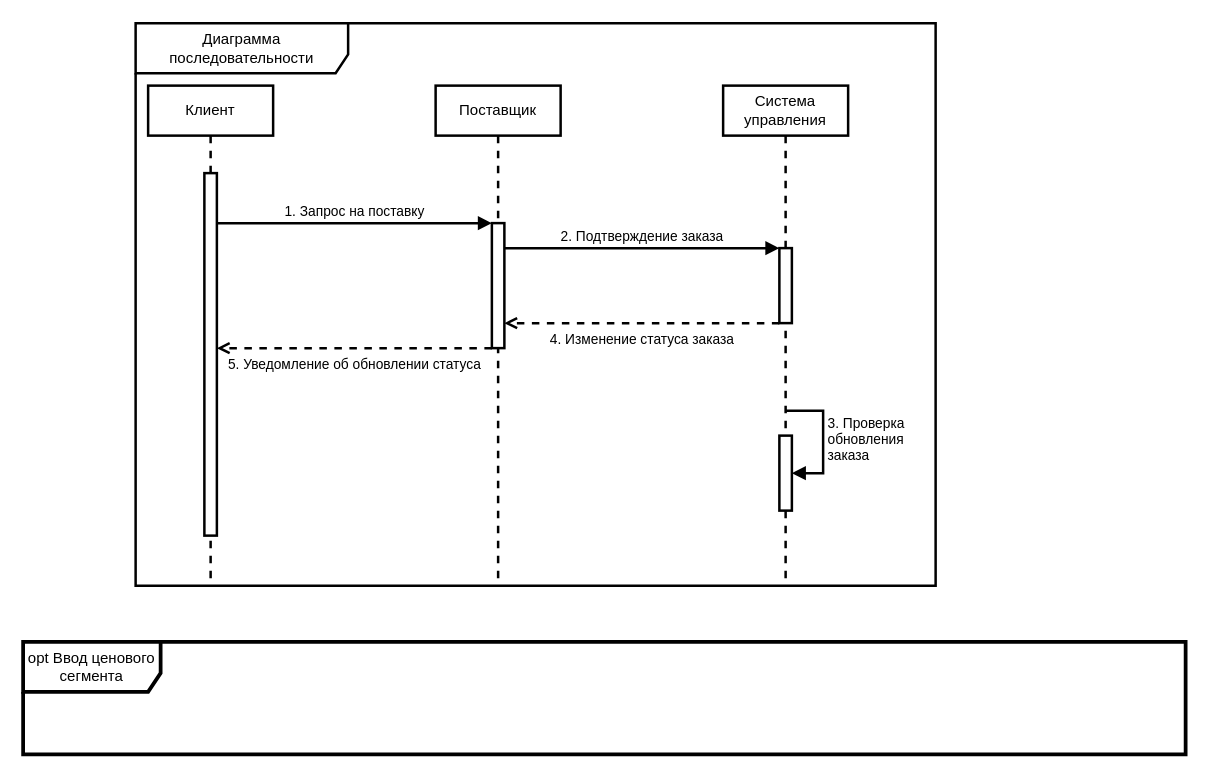
This is page "Page-1" (1 of 3) of 2.drawio from Helpmepleaseitishard/Aikms, a draw.io file, before an edit. Source tidied: cells renumbered, new cells numbered last; positions are measured from the earlier drawing's top-left corner, leaving out a move shared by most shapes. Both pictures are drawn from the tidied source at 125%, with x=0, y=0 at pixel (22, 22).
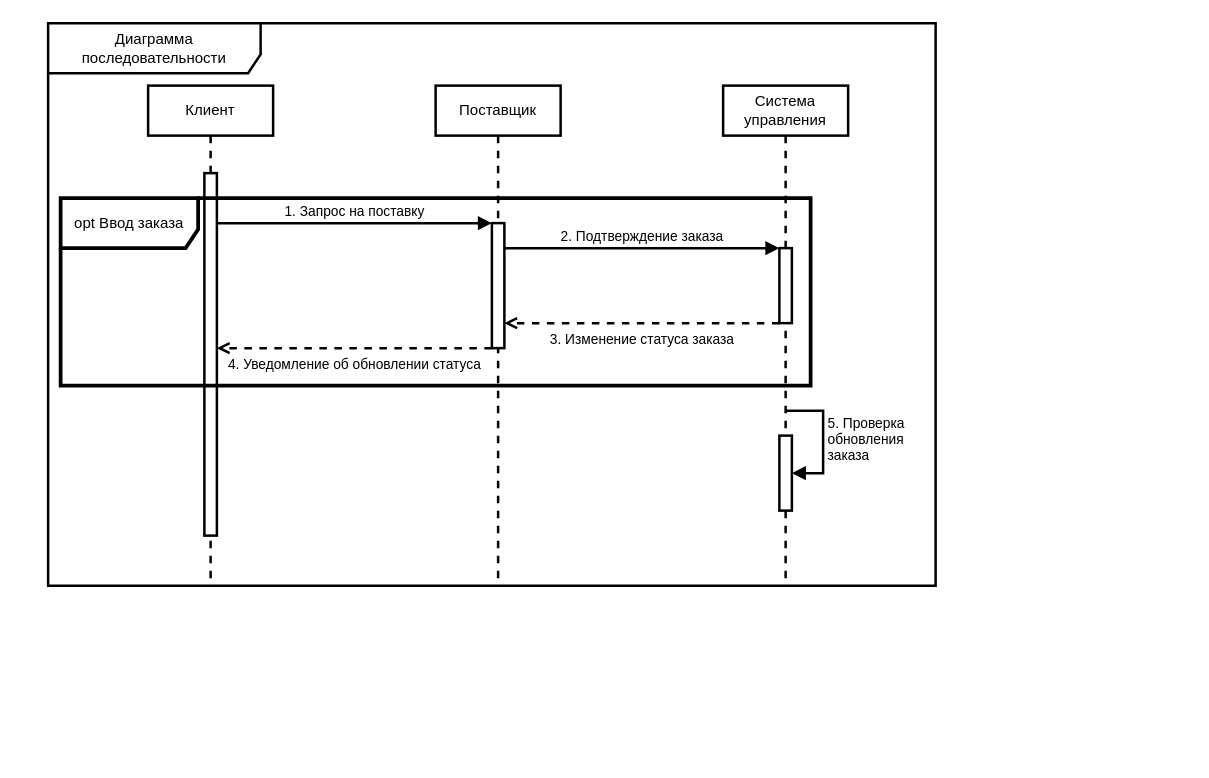
Above is the later version.

Unchanged cells that the change refers to:
```xml
<mxCell id="4" style="html=1;points=[[0,0,0,0,5],[0,1,0,0,-5],[1,0,0,0,5],[1,1,0,0,-5]];perimeter=orthogonalPerimeter;outlineConnect=0;targetShapes=umlLifeline;portConstraint=eastwest;newEdgeStyle={&quot;curved&quot;:0,&quot;rounded&quot;:0};strokeWidth=2;" parent="3" vertex="1">
  <mxGeometry x="45" y="70" width="10" height="290" as="geometry" />
</mxCell>
<mxCell id="6" style="html=1;points=[[0,0,0,0,5],[0,1,0,0,-5],[1,0,0,0,5],[1,1,0,0,-5]];perimeter=orthogonalPerimeter;outlineConnect=0;targetShapes=umlLifeline;portConstraint=eastwest;newEdgeStyle={&quot;curved&quot;:0,&quot;rounded&quot;:0};strokeWidth=2;" parent="5" vertex="1">
  <mxGeometry x="45" y="110" width="10" height="100" as="geometry" />
</mxCell>
<mxCell id="7" value="Система управления" style="shape=umlLifeline;perimeter=lifelinePerimeter;whiteSpace=wrap;html=1;newEdgeStyle={&quot;curved&quot;:0,&quot;rounded&quot;:0};strokeWidth=2;" parent="1" vertex="1">
  <mxGeometry x="560" y="50" width="100" height="400" as="geometry" />
</mxCell>
<mxCell id="8" style="html=1;points=[[0,0,0,0,5],[0,1,0,0,-5],[1,0,0,0,5],[1,1,0,0,-5]];perimeter=orthogonalPerimeter;outlineConnect=0;targetShapes=umlLifeline;portConstraint=eastwest;newEdgeStyle={&quot;curved&quot;:0,&quot;rounded&quot;:0};strokeWidth=2;" parent="7" vertex="1">
  <mxGeometry x="45" y="280" width="10" height="60" as="geometry" />
</mxCell>
<mxCell id="10" style="html=1;points=[[0,0,0,0,5],[0,1,0,0,-5],[1,0,0,0,5],[1,1,0,0,-5]];perimeter=orthogonalPerimeter;outlineConnect=0;targetShapes=umlLifeline;portConstraint=eastwest;newEdgeStyle={&quot;curved&quot;:0,&quot;rounded&quot;:0};strokeWidth=2;" parent="7" vertex="1">
  <mxGeometry x="45" y="130" width="10" height="60" as="geometry" />
</mxCell>
```

The edit, as a diff of the source:
```diff
@@
     <mxCell id="2" value="Диаграмма последовательности" style="shape=umlFrame;whiteSpace=wrap;html=1;width=170;height=40;strokeWidth=2;" parent="1" vertex="1">
-      <mxGeometry x="90" width="640" height="450" as="geometry" />
+      <mxGeometry x="20" width="710" height="450" as="geometry" />
     </mxCell>
@@
-    <mxCell id="9" value="&lt;div&gt;3. Проверка&lt;/div&gt;&lt;div&gt;обновления&lt;/div&gt;&lt;div&gt;заказа&lt;br&gt;&lt;/div&gt;" style="html=1;align=left;spacingLeft=2;endArrow=block;rounded=0;edgeStyle=orthogonalEdgeStyle;curved=0;rounded=0;strokeWidth=2;" parent="7" edge="1" target="8">
+    <mxCell id="9" value="&lt;div&gt;5. Проверка&lt;/div&gt;&lt;div&gt;обновления&lt;/div&gt;&lt;div&gt;заказа&lt;br&gt;&lt;/div&gt;" style="html=1;align=left;spacingLeft=2;endArrow=block;rounded=0;edgeStyle=orthogonalEdgeStyle;curved=0;rounded=0;strokeWidth=2;" parent="7" edge="1" target="8">
       <mxGeometry relative="1" as="geometry">
         <mxPoint x="50" y="260" as="sourcePoint" />
         <Array as="points">
           <mxPoint x="80" y="260" />
           <mxPoint x="80" y="310" />
         </Array>
       </mxGeometry>
     </mxCell>
@@
-    <mxCell id="12" value="5. Уведомление об обновлении статуса" style="html=1;verticalAlign=top;endArrow=open;curved=0;rounded=0;strokeWidth=2;dashed=1;endFill=0;" parent="1" edge="1" source="6" target="4">
+    <mxCell id="12" value="4. Уведомление об обновлении статуса" style="html=1;verticalAlign=top;endArrow=open;curved=0;rounded=0;strokeWidth=2;dashed=1;endFill=0;" parent="1" edge="1" source="6" target="4">
       <mxGeometry relative="1" as="geometry">
         <Array as="points">
           <mxPoint x="261" y="260" />
         </Array>
       </mxGeometry>
     </mxCell>
@@
-    <mxCell id="14" value="4. Изменение статуса заказа" style="html=1;verticalAlign=top;endArrow=open;curved=0;rounded=0;strokeWidth=2;dashed=1;endFill=0;" parent="1" edge="1" source="10" target="6">
+    <mxCell id="14" value="3. Изменение статуса заказа" style="html=1;verticalAlign=top;endArrow=open;curved=0;rounded=0;strokeWidth=2;dashed=1;endFill=0;" parent="1" edge="1" source="10" target="6">
       <mxGeometry relative="1" as="geometry">
         <Array as="points">
           <mxPoint x="480" y="240" />
         </Array>
       </mxGeometry>
     </mxCell>
-    <mxCell id="15" value="opt Ввод ценового сегмента" style="shape=umlFrame;whiteSpace=wrap;html=1;strokeWidth=3;width=110;height=40;" parent="1" vertex="1">
-      <mxGeometry y="495" width="930" height="90" as="geometry" />
+    <mxCell id="15" value="opt Ввод заказа" style="shape=umlFrame;whiteSpace=wrap;html=1;strokeWidth=3;width=110;height=40;" parent="1" vertex="1">
+      <mxGeometry x="30" y="140" width="600" height="150" as="geometry" />
     </mxCell>
```
